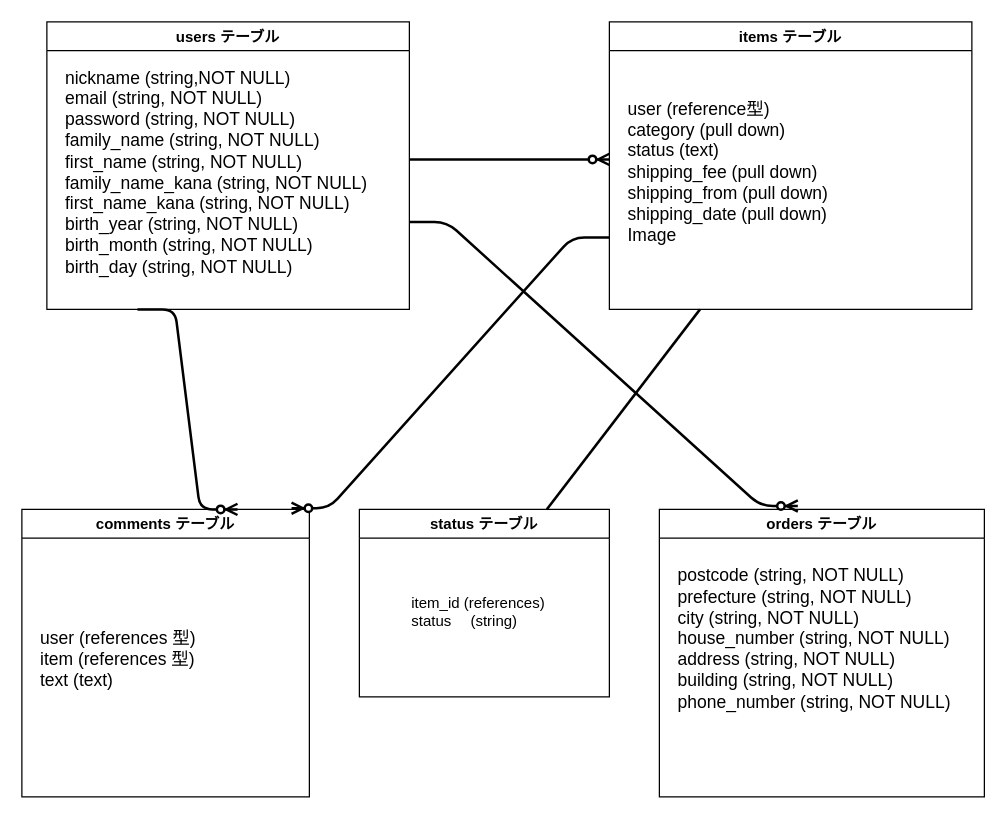
This is ER.dio from aromavita/furima-35783, a draw.io file, before an edit. Source tidied: cells renumbered, new cells numbered last; positions are measured from the earlier drawing's top-left corner, leaving out a move shared by most shapes. Both pictures are drawn from the tidied source at 125%, with x=0, y=0 at pixel (21, 21).
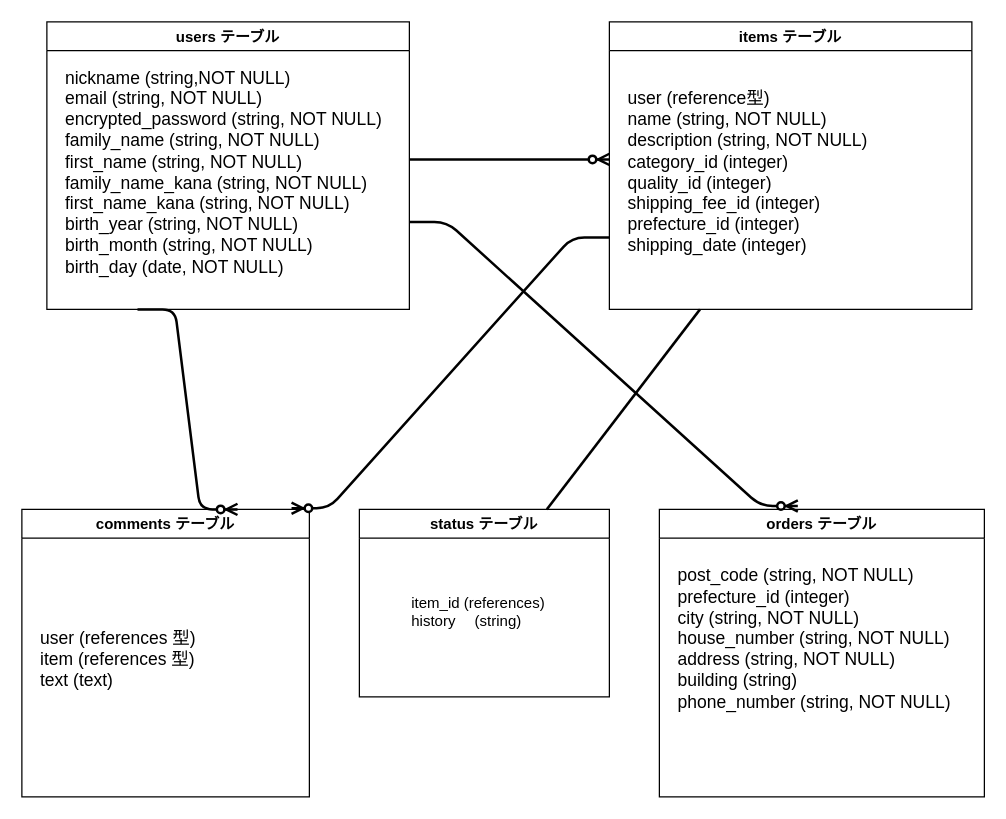
Above is the later version.

Commit message (it also covers changes not shown here):
レビューからの修正3

Change to the diagram source:
```diff
@@
 <mxGraphModel>
   <root>
     <mxCell id="0" />
     <mxCell id="1" parent="0" />
     <mxCell id="2" value="users テーブル" style="swimlane;" parent="1" vertex="1">
       <mxGeometry x="20" width="290" height="230" as="geometry" />
     </mxCell>
-    <mxCell id="3" value="&lt;font style=&quot;font-size: 14px&quot;&gt;nickname (string,NOT NULL)&lt;br&gt;email (string, NOT NULL)&lt;br&gt;password (string, NOT NULL)&lt;br&gt;family_name (string, NOT NULL)&lt;br&gt;first_name (string, NOT NULL)&lt;br&gt;family_name_kana (string, NOT NULL)&lt;br&gt;first_name_kana (string, NOT NULL)&lt;br&gt;birth_year (string, NOT NULL)&lt;br&gt;birth_month (string, NOT NULL)&lt;br&gt;birth_day (string, NOT NULL)&lt;/font&gt;" style="text;html=1;align=left;verticalAlign=middle;strokeColor=none;" parent="2" vertex="1">
-      <mxGeometry x="12.5" y="40" width="260" height="160" as="geometry" />
+    <mxCell id="3" value="&lt;font style=&quot;font-size: 14px&quot;&gt;nickname (string,NOT NULL)&lt;br&gt;email (string, NOT NULL)&lt;br&gt;encrypted_password (string, NOT NULL)&lt;br&gt;family_name (string, NOT NULL)&lt;br&gt;first_name (string, NOT NULL)&lt;br&gt;family_name_kana (string, NOT NULL)&lt;br&gt;first_name_kana (string, NOT NULL)&lt;br&gt;birth_year (string, NOT NULL)&lt;br&gt;birth_month (string, NOT NULL)&lt;br&gt;birth_day (date, NOT NULL)&lt;/font&gt;" style="text;html=1;align=left;verticalAlign=middle;strokeColor=none;" parent="2" vertex="1">
+      <mxGeometry x="12.5" y="40" width="270" height="160" as="geometry" />
     </mxCell>
     <mxCell id="4" value="items テーブル" style="swimlane;" parent="1" vertex="1">
       <mxGeometry x="470" width="290" height="230" as="geometry" />
     </mxCell>
-    <mxCell id="5" value="&lt;font style=&quot;font-size: 14px&quot;&gt;user (reference型)&lt;br&gt;category (pull down)&lt;br&gt;status (text)&lt;br&gt;shipping_fee (pull down)&lt;br&gt;shipping_from (pull down)&lt;br&gt;shipping_date (pull down)&lt;br&gt;Image&lt;br&gt;&lt;/font&gt;" style="text;html=1;align=left;verticalAlign=middle;strokeColor=none;" parent="4" vertex="1">
-      <mxGeometry x="12.5" y="65" width="180" height="110" as="geometry" />
+    <mxCell id="5" value="&lt;font style=&quot;font-size: 14px&quot;&gt;user (reference型)&lt;br&gt;name (string, NOT NULL)&lt;br&gt;description (string, NOT NULL)&lt;br&gt;category_id (integer)&lt;br&gt;quality_id (integer)&lt;br&gt;shipping_fee_id (integer)&lt;br&gt;prefecture_id (integer)&lt;br&gt;shipping_date (integer)&lt;br&gt;&lt;/font&gt;" style="text;html=1;align=left;verticalAlign=middle;strokeColor=none;" parent="4" vertex="1">
+      <mxGeometry x="12.5" y="55" width="210" height="130" as="geometry" />
     </mxCell>
     <mxCell id="6" value="comments テーブル" style="swimlane;" parent="1" vertex="1">
       <mxGeometry y="390" width="230" height="230" as="geometry" />
     </mxCell>
     <mxCell id="7" value="&lt;font style=&quot;font-size: 14px&quot;&gt;user (references 型)&lt;br&gt;item (references 型)&lt;br&gt;text (text)&lt;br&gt;&lt;/font&gt;" style="text;html=1;align=left;verticalAlign=middle;strokeColor=none;" parent="6" vertex="1">
       <mxGeometry x="12.5" y="95" width="140" height="50" as="geometry" />
     </mxCell>
     <mxCell id="8" style="edgeStyle=entityRelationEdgeStyle;fontSize=12;html=1;endArrow=ERzeroToMany;endFill=1;strokeWidth=2;rounded=1;" parent="1" edge="1">
       <mxGeometry relative="1" as="geometry">
         <mxPoint x="310" y="110" as="sourcePoint" />
         <mxPoint x="470" y="110" as="targetPoint" />
       </mxGeometry>
     </mxCell>
     <mxCell id="9" style="edgeStyle=entityRelationEdgeStyle;fontSize=12;html=1;endArrow=ERzeroToMany;endFill=1;strokeWidth=2;rounded=1;exitX=0.25;exitY=1;exitDx=0;exitDy=0;entryX=0.75;entryY=0;entryDx=0;entryDy=0;" parent="1" edge="1" source="2" target="6">
       <mxGeometry relative="1" as="geometry" />
     </mxCell>
     <mxCell id="10" style="edgeStyle=entityRelationEdgeStyle;fontSize=12;html=1;endArrow=ERzeroToMany;endFill=1;strokeWidth=2;rounded=1;entryX=0.938;entryY=-0.004;entryDx=0;entryDy=0;entryPerimeter=0;exitX=0;exitY=0.75;exitDx=0;exitDy=0;" parent="1" edge="1" source="4" target="6">
       <mxGeometry relative="1" as="geometry" />
     </mxCell>
     <mxCell id="11" value="orders テーブル" style="swimlane;" parent="1" vertex="1">
       <mxGeometry x="510" y="390" width="260" height="230" as="geometry" />
     </mxCell>
-    <mxCell id="12" value="&lt;font style=&quot;font-size: 14px&quot;&gt;postcode (string, NOT NULL)&lt;br&gt;prefecture (string, NOT NULL)&lt;br&gt;city (string, NOT NULL)&lt;br&gt;house_number (string, NOT NULL)&lt;br&gt;address (string, NOT NULL)&lt;br&gt;building (string, NOT NULL)&lt;br&gt;phone_number (string, NOT NULL)&lt;br&gt;&lt;br&gt;&lt;br&gt;&lt;/font&gt;" style="text;html=1;align=left;verticalAlign=middle;strokeColor=none;" parent="11" vertex="1">
+    <mxCell id="12" value="&lt;font style=&quot;font-size: 14px&quot;&gt;post_code (string, NOT NULL)&lt;br&gt;prefecture_id (integer)&lt;br&gt;city (string, NOT NULL)&lt;br&gt;house_number (string, NOT NULL)&lt;br&gt;address (string, NOT NULL)&lt;br&gt;building (string)&lt;br&gt;phone_number (string, NOT NULL)&lt;br&gt;&lt;br&gt;&lt;br&gt;&lt;/font&gt;" style="text;html=1;align=left;verticalAlign=middle;strokeColor=none;" parent="11" vertex="1">
       <mxGeometry x="12.5" y="50" width="230" height="140" as="geometry" />
     </mxCell>
     <mxCell id="13" value="status テーブル" style="swimlane;" parent="1" vertex="1">
       <mxGeometry x="270" y="390" width="200" height="150" as="geometry" />
     </mxCell>
-    <mxCell id="14" value="&lt;br&gt;item_id (references)&lt;br&gt;status　 (string)" style="text;html=1;align=left;verticalAlign=middle;strokeColor=none;" parent="13" vertex="1">
+    <mxCell id="14" value="&lt;br&gt;item_id (references)&lt;br&gt;history　 (string)" style="text;html=1;align=left;verticalAlign=middle;strokeColor=none;" parent="13" vertex="1">
       <mxGeometry x="40" y="50" width="120" height="50" as="geometry" />
     </mxCell>
     <mxCell id="15" style="edgeStyle=entityRelationEdgeStyle;fontSize=12;html=1;endArrow=ERzeroToMany;endFill=1;strokeWidth=2;rounded=1;entryX=0.426;entryY=-0.012;entryDx=0;entryDy=0;entryPerimeter=0;" parent="1" edge="1" target="11">
       <mxGeometry relative="1" as="geometry">
         <mxPoint x="310" y="160" as="sourcePoint" />
       </mxGeometry>
     </mxCell>
     <mxCell id="16" style="endArrow=none;html=1;rounded=0;exitX=0.25;exitY=1;exitDx=0;exitDy=0;entryX=0.75;entryY=0;entryDx=0;entryDy=0;strokeWidth=2;" parent="1" edge="1" source="4" target="13">
       <mxGeometry relative="1" as="geometry" />
     </mxCell>
   </root>
 </mxGraphModel>
```
